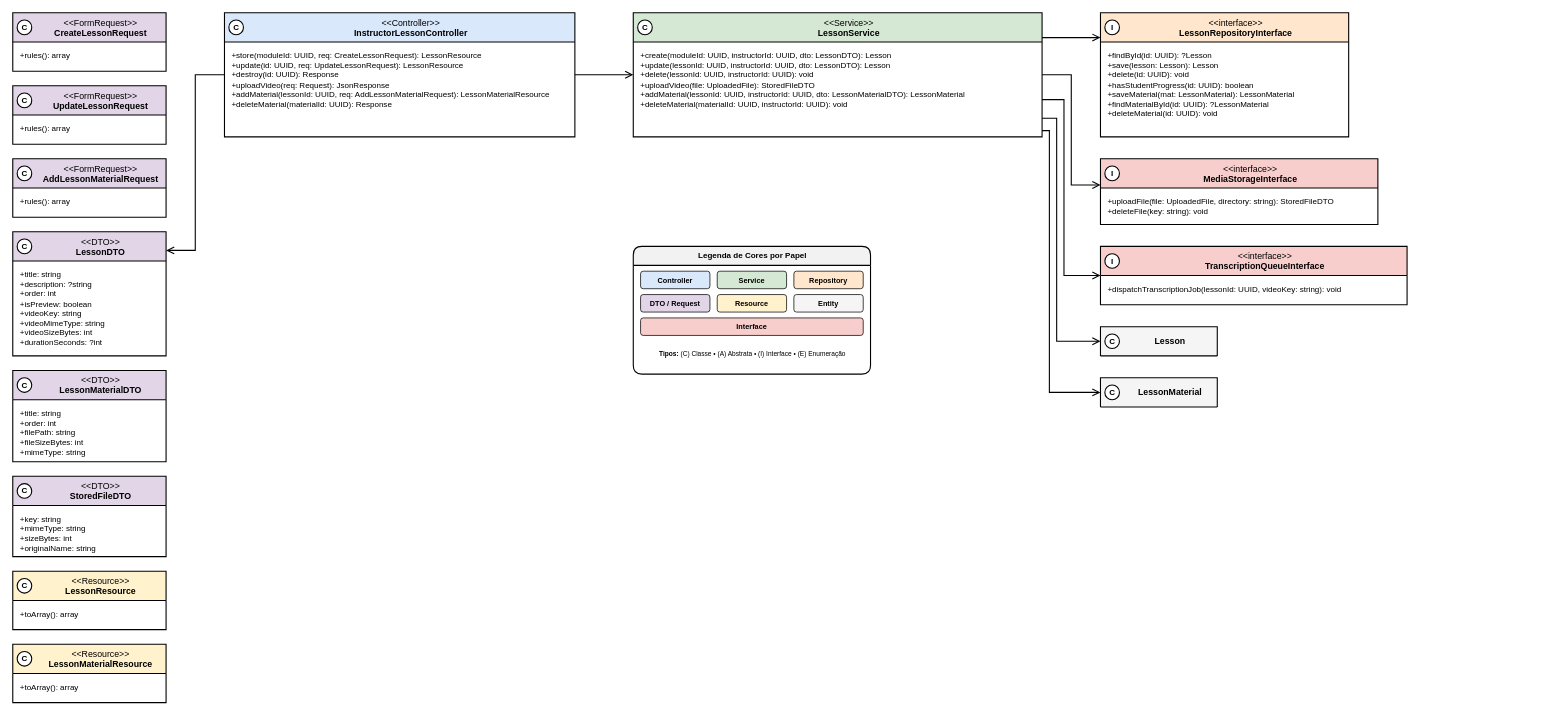
Above: especificacao/diagramas/13-classes-area-b-implementacao-aulas.drawio in Plataforma-de-Cursos-TCC/plataforma-cursos-docs (draw.io), before the change. Source tidied: cells renumbered, new cells numbered last; positions are measured from the earlier drawing's top-left corner, leaving out a move shared by most shapes. Both pictures are drawn from the tidied source at 73%, with x=0, y=0 at pixel (12, 12).
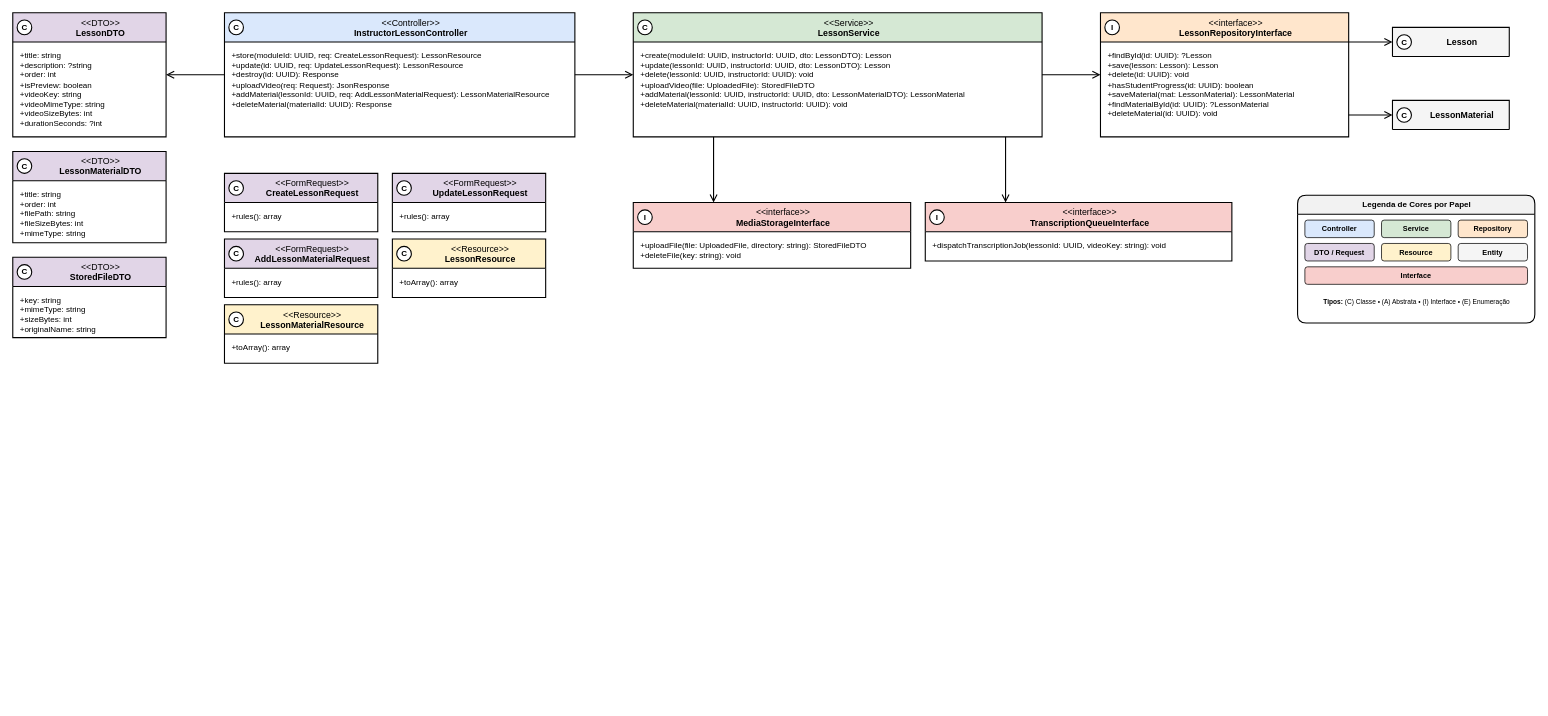
The same page after the edit.

Commit message (it also covers changes not shown here):
docs(classes-area-b): reroute lesson implementation class diagram

The LessonService arrows left the service box stacked and parallel, and
the Controller to LessonDTO arrow looped around the diagram, so the
reader could not tell which arrow went where. The layout now uses fixed
columns in the Controller, Service, Repository and Entity order, with
straight orthogonal arrows and no crossings. Lesson and LessonMaterial
hang off the repository, which is the layer that reads them.

(cherry picked from commit e496264b1f40b6ff6600d899d0249228daddfcd2)

Unchanged cells that the change refers to:
```xml
<mxCell id="18" value="&amp;lt;&amp;lt;Controller&amp;gt;&amp;gt;&lt;br&gt;&lt;b&gt;InstructorLessonController&lt;/b&gt;" style="swimlane;html=1;fontStyle=0;align=center;verticalAlign=top;startSize=40;fillColor=#DAE8FC;swimlaneFillColor=#FFFFFF;strokeColor=#000000;strokeWidth=1.5;fontFamily=Helvetica;fontSize=12;fontColor=#000000;rounded=0;spacingLeft=30;" parent="1" vertex="1">
  <mxGeometry x="290" width="480" height="170" as="geometry" />
</mxCell>
<mxCell id="20" value="&amp;lt;&amp;lt;Service&amp;gt;&amp;gt;&lt;br&gt;&lt;b&gt;LessonService&lt;/b&gt;" style="swimlane;html=1;fontStyle=0;align=center;verticalAlign=top;startSize=40;fillColor=#D5E8D4;swimlaneFillColor=#FFFFFF;strokeColor=#000000;strokeWidth=1.5;fontFamily=Helvetica;fontSize=12;fontColor=#000000;rounded=0;spacingLeft=30;" parent="1" vertex="1">
  <mxGeometry x="850" width="560" height="170" as="geometry" />
</mxCell>
<mxCell id="22" value="&amp;lt;&amp;lt;interface&amp;gt;&amp;gt;&lt;br&gt;&lt;b&gt;LessonRepositoryInterface&lt;/b&gt;" style="swimlane;html=1;fontStyle=0;align=center;verticalAlign=top;startSize=40;fillColor=#FFE6CC;swimlaneFillColor=#FFFFFF;strokeColor=#000000;strokeWidth=1.5;fontFamily=Helvetica;fontSize=12;fontColor=#000000;rounded=0;spacingLeft=30;" parent="1" vertex="1">
  <mxGeometry x="1490" width="340" height="170" as="geometry" />
</mxCell>
```

Diff of the diagram source:
```diff
@@
     <mxCell id="2" value="&amp;lt;&amp;lt;FormRequest&amp;gt;&amp;gt;&lt;br&gt;&lt;b&gt;CreateLessonRequest&lt;/b&gt;" style="swimlane;html=1;fontStyle=0;align=center;verticalAlign=top;startSize=40;fillColor=#E1D5E7;swimlaneFillColor=#FFFFFF;strokeColor=#000000;strokeWidth=1.5;fontFamily=Helvetica;fontSize=12;fontColor=#000000;rounded=0;spacingLeft=30;" parent="1" vertex="1">
-      <mxGeometry width="210" height="80" as="geometry" />
+      <mxGeometry x="290" y="220" width="210" height="80" as="geometry" />
     </mxCell>
@@
     <mxCell id="4" value="&amp;lt;&amp;lt;FormRequest&amp;gt;&amp;gt;&lt;br&gt;&lt;b&gt;UpdateLessonRequest&lt;/b&gt;" style="swimlane;html=1;fontStyle=0;align=center;verticalAlign=top;startSize=40;fillColor=#E1D5E7;swimlaneFillColor=#FFFFFF;strokeColor=#000000;strokeWidth=1.5;fontFamily=Helvetica;fontSize=12;fontColor=#000000;rounded=0;spacingLeft=30;" parent="1" vertex="1">
-      <mxGeometry y="100" width="210" height="80" as="geometry" />
+      <mxGeometry x="520" y="220" width="210" height="80" as="geometry" />
     </mxCell>
@@
     <mxCell id="6" value="&amp;lt;&amp;lt;FormRequest&amp;gt;&amp;gt;&lt;br&gt;&lt;b&gt;AddLessonMaterialRequest&lt;/b&gt;" style="swimlane;html=1;fontStyle=0;align=center;verticalAlign=top;startSize=40;fillColor=#E1D5E7;swimlaneFillColor=#FFFFFF;strokeColor=#000000;strokeWidth=1.5;fontFamily=Helvetica;fontSize=12;fontColor=#000000;rounded=0;spacingLeft=30;" parent="1" vertex="1">
-      <mxGeometry y="200" width="210" height="80" as="geometry" />
+      <mxGeometry x="290" y="310" width="210" height="80" as="geometry" />
     </mxCell>
@@
     <mxCell id="8" value="&amp;lt;&amp;lt;DTO&amp;gt;&amp;gt;&lt;br&gt;&lt;b&gt;LessonDTO&lt;/b&gt;" style="swimlane;html=1;fontStyle=0;align=center;verticalAlign=top;startSize=40;fillColor=#E1D5E7;swimlaneFillColor=#FFFFFF;strokeColor=#000000;strokeWidth=1.5;fontFamily=Helvetica;fontSize=12;fontColor=#000000;rounded=0;spacingLeft=30;" parent="1" vertex="1">
-      <mxGeometry y="300" width="210" height="170" as="geometry" />
+      <mxGeometry width="210" height="170" as="geometry" />
     </mxCell>
@@
     <mxCell id="10" value="&amp;lt;&amp;lt;DTO&amp;gt;&amp;gt;&lt;br&gt;&lt;b&gt;LessonMaterialDTO&lt;/b&gt;" style="swimlane;html=1;fontStyle=0;align=center;verticalAlign=top;startSize=40;fillColor=#E1D5E7;swimlaneFillColor=#FFFFFF;strokeColor=#000000;strokeWidth=1.5;fontFamily=Helvetica;fontSize=12;fontColor=#000000;rounded=0;spacingLeft=30;" parent="1" vertex="1">
-      <mxGeometry y="490" width="210" height="125" as="geometry" />
+      <mxGeometry y="190" width="210" height="125" as="geometry" />
     </mxCell>
@@
     <mxCell id="12" value="&amp;lt;&amp;lt;DTO&amp;gt;&amp;gt;&lt;br&gt;&lt;b&gt;StoredFileDTO&lt;/b&gt;" style="swimlane;html=1;fontStyle=0;align=center;verticalAlign=top;startSize=40;fillColor=#E1D5E7;swimlaneFillColor=#FFFFFF;strokeColor=#000000;strokeWidth=1.5;fontFamily=Helvetica;fontSize=12;fontColor=#000000;rounded=0;spacingLeft=30;" parent="1" vertex="1">
-      <mxGeometry y="635" width="210" height="110" as="geometry" />
+      <mxGeometry y="335" width="210" height="110" as="geometry" />
     </mxCell>
@@
     <mxCell id="14" value="&amp;lt;&amp;lt;Resource&amp;gt;&amp;gt;&lt;br&gt;&lt;b&gt;LessonResource&lt;/b&gt;" style="swimlane;html=1;fontStyle=0;align=center;verticalAlign=top;startSize=40;fillColor=#FFF2CC;swimlaneFillColor=#FFFFFF;strokeColor=#000000;strokeWidth=1.5;fontFamily=Helvetica;fontSize=12;fontColor=#000000;rounded=0;spacingLeft=30;" parent="1" vertex="1">
-      <mxGeometry y="765" width="210" height="80" as="geometry" />
+      <mxGeometry x="520" y="310" width="210" height="80" as="geometry" />
     </mxCell>
@@
     <mxCell id="16" value="&amp;lt;&amp;lt;Resource&amp;gt;&amp;gt;&lt;br&gt;&lt;b&gt;LessonMaterialResource&lt;/b&gt;" style="swimlane;html=1;fontStyle=0;align=center;verticalAlign=top;startSize=40;fillColor=#FFF2CC;swimlaneFillColor=#FFFFFF;strokeColor=#000000;strokeWidth=1.5;fontFamily=Helvetica;fontSize=12;fontColor=#000000;rounded=0;spacingLeft=30;" parent="1" vertex="1">
-      <mxGeometry y="865" width="210" height="80" as="geometry" />
+      <mxGeometry x="290" y="400" width="210" height="80" as="geometry" />
     </mxCell>
@@
     <mxCell id="24" value="&amp;lt;&amp;lt;interface&amp;gt;&amp;gt;&lt;br&gt;&lt;b&gt;MediaStorageInterface&lt;/b&gt;" style="swimlane;html=1;fontStyle=0;align=center;verticalAlign=top;startSize=40;fillColor=#F8CECC;swimlaneFillColor=#FFFFFF;strokeColor=#000000;strokeWidth=1.5;fontFamily=Helvetica;fontSize=12;fontColor=#000000;rounded=0;spacingLeft=30;" parent="1" vertex="1">
-      <mxGeometry x="1490" y="200" width="380" height="90" as="geometry" />
+      <mxGeometry x="850" y="260" width="380" height="90" as="geometry" />
     </mxCell>
@@
     <mxCell id="26" value="&amp;lt;&amp;lt;interface&amp;gt;&amp;gt;&lt;br&gt;&lt;b&gt;TranscriptionQueueInterface&lt;/b&gt;" style="swimlane;html=1;fontStyle=0;align=center;verticalAlign=top;startSize=40;fillColor=#F8CECC;swimlaneFillColor=#FFFFFF;strokeColor=#000000;strokeWidth=1.5;fontFamily=Helvetica;fontSize=12;fontColor=#000000;rounded=0;spacingLeft=30;" parent="1" vertex="1">
-      <mxGeometry x="1490" y="320" width="420" height="80" as="geometry" />
+      <mxGeometry x="1250" y="260" width="420" height="80" as="geometry" />
     </mxCell>
@@
     <mxCell id="28" value="&lt;b&gt;Lesson&lt;/b&gt;" style="swimlane;html=1;fontStyle=0;align=center;verticalAlign=middle;startSize=40;fillColor=#F5F5F5;swimlaneFillColor=#FFFFFF;strokeColor=#000000;strokeWidth=1.5;fontFamily=Helvetica;fontSize=12;fontColor=#000000;rounded=0;spacingLeft=30;" parent="1" vertex="1">
-      <mxGeometry x="1490" y="430" width="160" height="40" as="geometry" />
+      <mxGeometry x="1890" y="20" width="160" height="40" as="geometry" />
     </mxCell>
     <mxCell id="29" value="&lt;b&gt;LessonMaterial&lt;/b&gt;" style="swimlane;html=1;fontStyle=0;align=center;verticalAlign=middle;startSize=40;fillColor=#F5F5F5;swimlaneFillColor=#FFFFFF;strokeColor=#000000;strokeWidth=1.5;fontFamily=Helvetica;fontSize=12;fontColor=#000000;rounded=0;spacingLeft=30;" parent="1" vertex="1">
-      <mxGeometry x="1490" y="500" width="160" height="40" as="geometry" />
+      <mxGeometry x="1890" y="120" width="160" height="40" as="geometry" />
     </mxCell>
-    <mxCell id="30" style="edgeStyle=orthogonalEdgeStyle;rounded=0;html=1;strokeColor=#000000;strokeWidth=1.5;endArrow=open;endFill=0;endSize=8;exitX=0;exitY=0.5;entryX=1;entryY=0.15;" parent="1" edge="1" source="18" target="8">
+    <mxCell id="30" style="edgeStyle=orthogonalEdgeStyle;rounded=0;html=1;strokeColor=#000000;strokeWidth=1.5;endArrow=open;endFill=0;endSize=8;exitX=0.0;exitY=0.5;entryX=1.0;entryY=0.5;" parent="1" edge="1" source="18" target="8">
       <mxGeometry relative="1" as="geometry" />
     </mxCell>
-    <mxCell id="31" style="edgeStyle=orthogonalEdgeStyle;rounded=0;html=1;strokeColor=#000000;strokeWidth=1.5;endArrow=open;endFill=0;endSize=8;exitX=1;exitY=0.5;entryX=0;entryY=0.5;" parent="1" edge="1" source="18" target="20">
+    <mxCell id="31" style="edgeStyle=orthogonalEdgeStyle;rounded=0;html=1;strokeColor=#000000;strokeWidth=1.5;endArrow=open;endFill=0;endSize=8;exitX=1.0;exitY=0.5;entryX=0.0;entryY=0.5;" parent="1" edge="1" source="18" target="20">
       <mxGeometry relative="1" as="geometry" />
     </mxCell>
-    <mxCell id="32" style="edgeStyle=orthogonalEdgeStyle;rounded=0;html=1;strokeColor=#000000;strokeWidth=1.5;endArrow=open;endFill=0;endSize=8;exitX=1;exitY=0.2;entryX=0;entryY=0.2;" parent="1" edge="1" source="20" target="22">
+    <mxCell id="32" style="edgeStyle=orthogonalEdgeStyle;rounded=0;html=1;strokeColor=#000000;strokeWidth=1.5;endArrow=open;endFill=0;endSize=8;exitX=1.0;exitY=0.5;entryX=0.0;entryY=0.5;" parent="1" edge="1" source="20" target="22">
       <mxGeometry relative="1" as="geometry" />
     </mxCell>
-    <mxCell id="33" style="edgeStyle=orthogonalEdgeStyle;rounded=0;html=1;strokeColor=#000000;strokeWidth=1.5;endArrow=open;endFill=0;endSize=8;exitX=1;exitY=0.5;entryX=0;entryY=0.4;" parent="1" edge="1" source="20" target="24">
-      <mxGeometry relative="1" as="geometry">
-        <Array as="points">
-          <mxPoint x="1450" y="85" />
-          <mxPoint x="1450" y="236" />
-        </Array>
-      </mxGeometry>
+    <mxCell id="33" style="edgeStyle=orthogonalEdgeStyle;rounded=0;html=1;strokeColor=#000000;strokeWidth=1.5;endArrow=open;endFill=0;endSize=8;exitX=0.1964;exitY=1.0;entryX=0.2895;entryY=0.0;" parent="1" edge="1" source="20" target="24">
+      <mxGeometry relative="1" as="geometry" />
     </mxCell>
-    <mxCell id="34" style="edgeStyle=orthogonalEdgeStyle;rounded=0;html=1;strokeColor=#000000;strokeWidth=1.5;endArrow=open;endFill=0;endSize=8;exitX=1;exitY=0.7;entryX=0;entryY=0.5;" parent="1" edge="1" source="20" target="26">
-      <mxGeometry relative="1" as="geometry">
-        <Array as="points">
-          <mxPoint x="1440" y="119" />
-          <mxPoint x="1440" y="360" />
-        </Array>
-      </mxGeometry>
+    <mxCell id="34" style="edgeStyle=orthogonalEdgeStyle;rounded=0;html=1;strokeColor=#000000;strokeWidth=1.5;endArrow=open;endFill=0;endSize=8;exitX=0.9107;exitY=1.0;entryX=0.2619;entryY=0.0;" parent="1" edge="1" source="20" target="26">
+      <mxGeometry relative="1" as="geometry" />
     </mxCell>
-    <mxCell id="35" style="edgeStyle=orthogonalEdgeStyle;rounded=0;html=1;strokeColor=#000000;strokeWidth=1.5;endArrow=open;endFill=0;endSize=8;exitX=1;exitY=0.85;entryX=0;entryY=0.5;" parent="1" edge="1" source="20" target="28">
-      <mxGeometry relative="1" as="geometry">
-        <Array as="points">
-          <mxPoint x="1430" y="145" />
-          <mxPoint x="1430" y="450" />
-        </Array>
-      </mxGeometry>
+    <mxCell id="35" style="edgeStyle=orthogonalEdgeStyle;rounded=0;html=1;strokeColor=#000000;strokeWidth=1.5;endArrow=open;endFill=0;endSize=8;exitX=1.0;exitY=0.2353;entryX=0.0;entryY=0.5;" parent="1" edge="1" source="22" target="28">
+      <mxGeometry relative="1" as="geometry" />
     </mxCell>
-    <mxCell id="36" style="edgeStyle=orthogonalEdgeStyle;rounded=0;html=1;strokeColor=#000000;strokeWidth=1.5;endArrow=open;endFill=0;endSize=8;exitX=1;exitY=0.95;entryX=0;entryY=0.5;" parent="1" edge="1" source="20" target="29">
-      <mxGeometry relative="1" as="geometry">
-        <Array as="points">
-          <mxPoint x="1420" y="162" />
-          <mxPoint x="1420" y="520" />
-        </Array>
-      </mxGeometry>
+    <mxCell id="36" style="edgeStyle=orthogonalEdgeStyle;rounded=0;html=1;strokeColor=#000000;strokeWidth=1.5;endArrow=open;endFill=0;endSize=8;exitX=1.0;exitY=0.8235;entryX=0.0;entryY=0.5;" parent="1" edge="1" source="22" target="29">
+      <mxGeometry relative="1" as="geometry" />
     </mxCell>
     <mxCell id="37" value="&lt;b&gt;Legenda de Cores por Papel&lt;/b&gt;" style="swimlane;html=1;fontStyle=0;align=center;verticalAlign=top;startSize=26;fillColor=#F2F2F2;swimlaneFillColor=#FFFFFF;strokeColor=#000000;strokeWidth=1.5;fontFamily=Helvetica;fontSize=11;rounded=1;" parent="1" vertex="1">
-      <mxGeometry x="850" y="320" width="325" height="175" as="geometry" />
+      <mxGeometry x="1760" y="250" width="325" height="175" as="geometry" />
     </mxCell>
     <mxCell id="38" value="&lt;b&gt;Controller&lt;/b&gt;" style="rounded=1;whiteSpace=wrap;html=1;fillColor=#DAE8FC;strokeColor=#000000;strokeWidth=1;fontSize=10;fontFamily=Helvetica;fontColor=#000000;align=center;verticalAlign=middle;" parent="1" vertex="1">
-      <mxGeometry x="860" y="354" width="95" height="24" as="geometry" />
+      <mxGeometry x="1770" y="284" width="95" height="24" as="geometry" />
     </mxCell>
     <mxCell id="39" value="&lt;b&gt;Service&lt;/b&gt;" style="rounded=1;whiteSpace=wrap;html=1;fillColor=#D5E8D4;strokeColor=#000000;strokeWidth=1;fontSize=10;fontFamily=Helvetica;fontColor=#000000;align=center;verticalAlign=middle;" parent="1" vertex="1">
-      <mxGeometry x="965" y="354" width="95" height="24" as="geometry" />
+      <mxGeometry x="1875" y="284" width="95" height="24" as="geometry" />
     </mxCell>
     <mxCell id="40" value="&lt;b&gt;Repository&lt;/b&gt;" style="rounded=1;whiteSpace=wrap;html=1;fillColor=#FFE6CC;strokeColor=#000000;strokeWidth=1;fontSize=10;fontFamily=Helvetica;fontColor=#000000;align=center;verticalAlign=middle;" parent="1" vertex="1">
-      <mxGeometry x="1070" y="354" width="95" height="24" as="geometry" />
+      <mxGeometry x="1980" y="284" width="95" height="24" as="geometry" />
     </mxCell>
     <mxCell id="41" value="&lt;b&gt;DTO / Request&lt;/b&gt;" style="rounded=1;whiteSpace=wrap;html=1;fillColor=#E1D5E7;strokeColor=#000000;strokeWidth=1;fontSize=10;fontFamily=Helvetica;fontColor=#000000;align=center;verticalAlign=middle;" parent="1" vertex="1">
-      <mxGeometry x="860" y="386" width="95" height="24" as="geometry" />
+      <mxGeometry x="1770" y="316" width="95" height="24" as="geometry" />
     </mxCell>
     <mxCell id="42" value="&lt;b&gt;Resource&lt;/b&gt;" style="rounded=1;whiteSpace=wrap;html=1;fillColor=#FFF2CC;strokeColor=#000000;strokeWidth=1;fontSize=10;fontFamily=Helvetica;fontColor=#000000;align=center;verticalAlign=middle;" parent="1" vertex="1">
-      <mxGeometry x="965" y="386" width="95" height="24" as="geometry" />
+      <mxGeometry x="1875" y="316" width="95" height="24" as="geometry" />
     </mxCell>
     <mxCell id="43" value="&lt;b&gt;Entity&lt;/b&gt;" style="rounded=1;whiteSpace=wrap;html=1;fillColor=#F5F5F5;strokeColor=#000000;strokeWidth=1;fontSize=10;fontFamily=Helvetica;fontColor=#000000;align=center;verticalAlign=middle;" parent="1" vertex="1">
-      <mxGeometry x="1070" y="386" width="95" height="24" as="geometry" />
+      <mxGeometry x="1980" y="316" width="95" height="24" as="geometry" />
     </mxCell>
     <mxCell id="44" value="&lt;b&gt;Interface&lt;/b&gt;" style="rounded=1;whiteSpace=wrap;html=1;fillColor=#F8CECC;strokeColor=#000000;strokeWidth=1;fontSize=10;fontFamily=Helvetica;fontColor=#000000;align=center;verticalAlign=middle;" parent="1" vertex="1">
-      <mxGeometry x="860" y="418" width="305" height="24" as="geometry" />
+      <mxGeometry x="1770" y="348" width="305" height="24" as="geometry" />
     </mxCell>
     <mxCell id="45" value="&lt;b&gt;Tipos:&lt;/b&gt; (C) Classe &amp;bull; (A) Abstrata &amp;bull; (I) Interface &amp;bull; (E) Enumeração" style="text;html=1;strokeColor=none;fillColor=none;fontSize=9;fontFamily=Helvetica;fontColor=#000000;align=center;verticalAlign=middle;" parent="1" vertex="1">
-      <mxGeometry x="860" y="452" width="305" height="30" as="geometry" />
+      <mxGeometry x="1770" y="382" width="305" height="30" as="geometry" />
     </mxCell>
     <mxCell id="46" value="C" style="ellipse;html=1;fillColor=#FFFFFF;strokeColor=#000000;strokeWidth=1.5;fontFamily=Helvetica;fontSize=11;fontStyle=1;fontColor=#000000;" parent="1" vertex="1">
-      <mxGeometry x="6" y="10" width="20" height="20" as="geometry" />
+      <mxGeometry x="296" y="230" width="20" height="20" as="geometry" />
     </mxCell>
     <mxCell id="47" value="C" style="ellipse;html=1;fillColor=#FFFFFF;strokeColor=#000000;strokeWidth=1.5;fontFamily=Helvetica;fontSize=11;fontStyle=1;fontColor=#000000;" parent="1" vertex="1">
-      <mxGeometry x="6" y="110" width="20" height="20" as="geometry" />
+      <mxGeometry x="526" y="230" width="20" height="20" as="geometry" />
     </mxCell>
     <mxCell id="48" value="C" style="ellipse;html=1;fillColor=#FFFFFF;strokeColor=#000000;strokeWidth=1.5;fontFamily=Helvetica;fontSize=11;fontStyle=1;fontColor=#000000;" parent="1" vertex="1">
-      <mxGeometry x="6" y="210" width="20" height="20" as="geometry" />
+      <mxGeometry x="296" y="320" width="20" height="20" as="geometry" />
     </mxCell>
     <mxCell id="49" value="C" style="ellipse;html=1;fillColor=#FFFFFF;strokeColor=#000000;strokeWidth=1.5;fontFamily=Helvetica;fontSize=11;fontStyle=1;fontColor=#000000;" parent="1" vertex="1">
-      <mxGeometry x="6" y="310" width="20" height="20" as="geometry" />
+      <mxGeometry x="6" y="10" width="20" height="20" as="geometry" />
     </mxCell>
     <mxCell id="50" value="C" style="ellipse;html=1;fillColor=#FFFFFF;strokeColor=#000000;strokeWidth=1.5;fontFamily=Helvetica;fontSize=11;fontStyle=1;fontColor=#000000;" parent="1" vertex="1">
-      <mxGeometry x="6" y="500" width="20" height="20" as="geometry" />
+      <mxGeometry x="6" y="200" width="20" height="20" as="geometry" />
     </mxCell>
     <mxCell id="51" value="C" style="ellipse;html=1;fillColor=#FFFFFF;strokeColor=#000000;strokeWidth=1.5;fontFamily=Helvetica;fontSize=11;fontStyle=1;fontColor=#000000;" parent="1" vertex="1">
-      <mxGeometry x="6" y="645" width="20" height="20" as="geometry" />
+      <mxGeometry x="6" y="345" width="20" height="20" as="geometry" />
     </mxCell>
     <mxCell id="52" value="C" style="ellipse;html=1;fillColor=#FFFFFF;strokeColor=#000000;strokeWidth=1.5;fontFamily=Helvetica;fontSize=11;fontStyle=1;fontColor=#000000;" parent="1" vertex="1">
-      <mxGeometry x="6" y="775" width="20" height="20" as="geometry" />
+      <mxGeometry x="526" y="320" width="20" height="20" as="geometry" />
     </mxCell>
     <mxCell id="53" value="C" style="ellipse;html=1;fillColor=#FFFFFF;strokeColor=#000000;strokeWidth=1.5;fontFamily=Helvetica;fontSize=11;fontStyle=1;fontColor=#000000;" parent="1" vertex="1">
-      <mxGeometry x="6" y="875" width="20" height="20" as="geometry" />
+      <mxGeometry x="296" y="410" width="20" height="20" as="geometry" />
     </mxCell>
@@
     <mxCell id="57" value="I" style="ellipse;html=1;fillColor=#FFFFFF;strokeColor=#000000;strokeWidth=1.5;fontFamily=Helvetica;fontSize=11;fontStyle=1;fontColor=#000000;" parent="1" vertex="1">
-      <mxGeometry x="1496" y="210" width="20" height="20" as="geometry" />
+      <mxGeometry x="856" y="270" width="20" height="20" as="geometry" />
     </mxCell>
     <mxCell id="58" value="I" style="ellipse;html=1;fillColor=#FFFFFF;strokeColor=#000000;strokeWidth=1.5;fontFamily=Helvetica;fontSize=11;fontStyle=1;fontColor=#000000;" parent="1" vertex="1">
-      <mxGeometry x="1496" y="330" width="20" height="20" as="geometry" />
+      <mxGeometry x="1256" y="270" width="20" height="20" as="geometry" />
     </mxCell>
     <mxCell id="59" value="C" style="ellipse;html=1;fillColor=#FFFFFF;strokeColor=#000000;strokeWidth=1.5;fontFamily=Helvetica;fontSize=11;fontStyle=1;fontColor=#000000;" parent="1" vertex="1">
-      <mxGeometry x="1496" y="440" width="20" height="20" as="geometry" />
+      <mxGeometry x="1896" y="30" width="20" height="20" as="geometry" />
     </mxCell>
     <mxCell id="60" value="C" style="ellipse;html=1;fillColor=#FFFFFF;strokeColor=#000000;strokeWidth=1.5;fontFamily=Helvetica;fontSize=11;fontStyle=1;fontColor=#000000;" parent="1" vertex="1">
-      <mxGeometry x="1496" y="510" width="20" height="20" as="geometry" />
+      <mxGeometry x="1896" y="130" width="20" height="20" as="geometry" />
     </mxCell>
```
